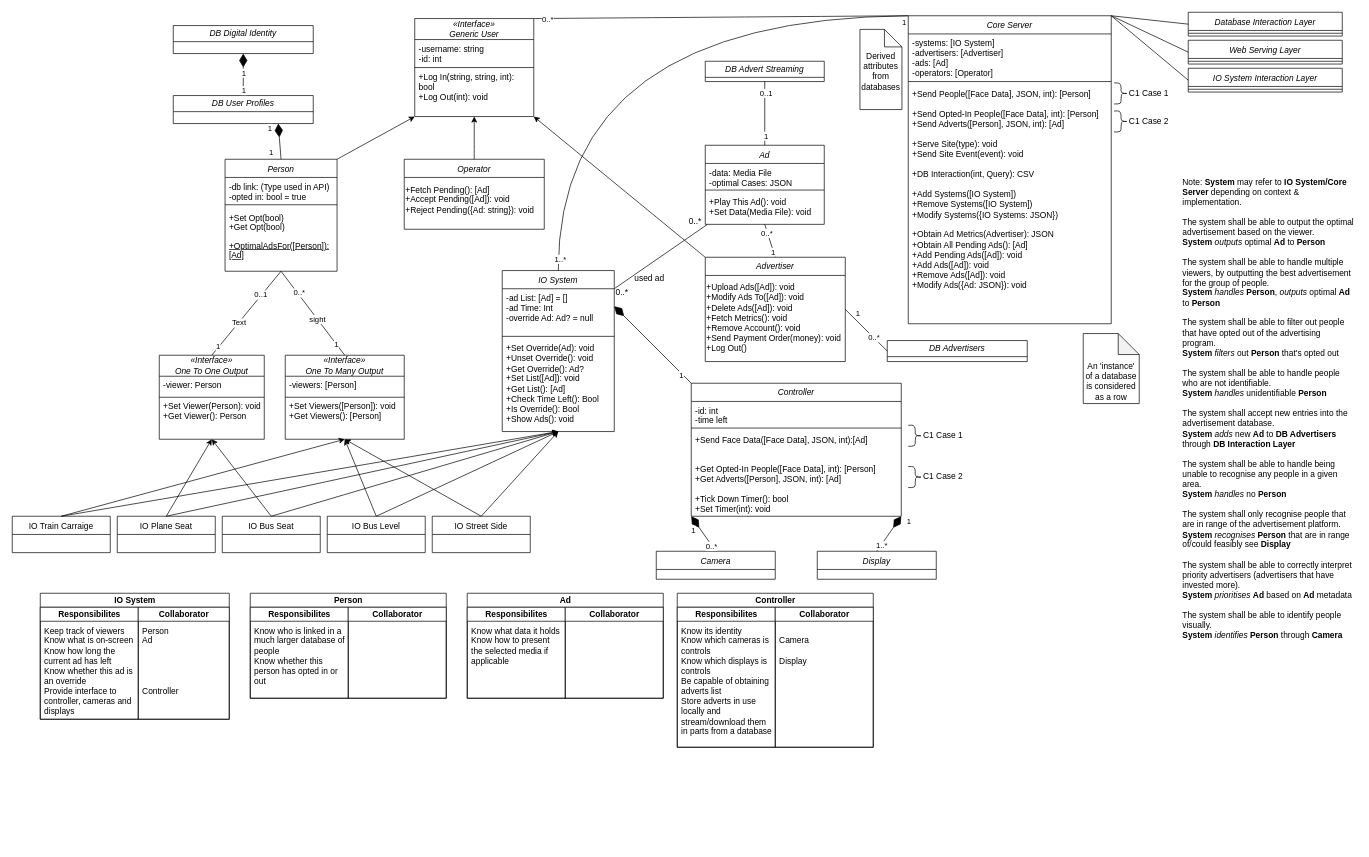
pseud0n/sepp-diagrams keeps this draw.io diagram as page "Page-1" (1 of 2) of class-diagram.drawio. Above is the earlier version. Source tidied: cells renumbered, new cells numbered last; positions are measured from the earlier drawing's top-left corner, leaving out a move shared by most shapes. Both pictures are drawn from the tidied source at 70%, with x=0, y=0 at pixel (12, 12).
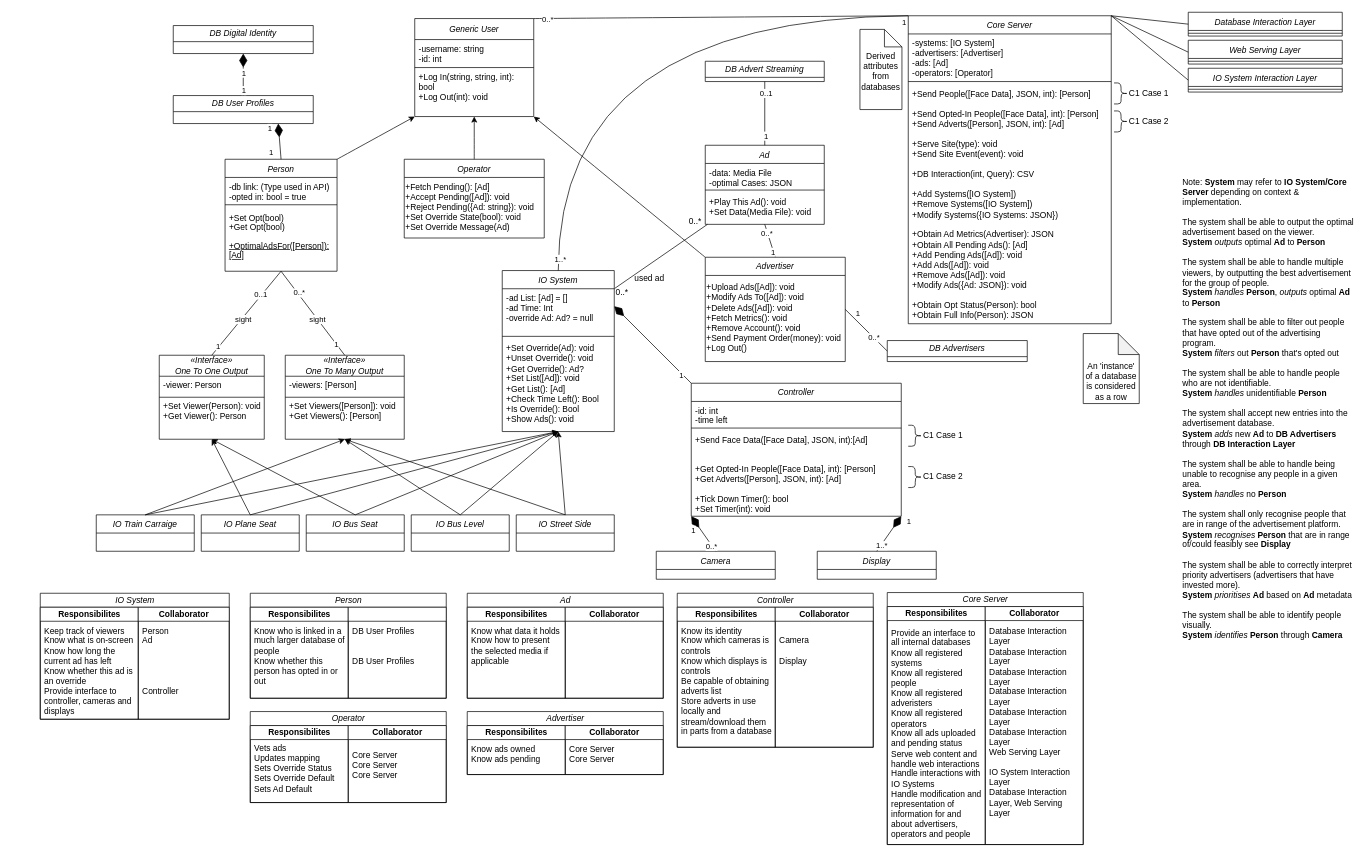
After the change.

The change refers to these unchanged cells:
```xml
<mxCell id="14" value="Person" style="swimlane;fontStyle=2;align=center;verticalAlign=top;horizontal=1;startSize=26;rounded=0;shadow=0;strokeWidth=1;" parent="1" vertex="1">
  <mxGeometry x="304" y="210" width="160" height="160" as="geometry" />
</mxCell>
<mxCell id="28" value="«Interface»&lt;br&gt;&lt;div&gt;One To One Output&lt;br&gt;&lt;/div&gt;" style="swimlane;fontStyle=2;horizontal=1;startSize=30;whiteSpace=wrap;html=1;" parent="1" vertex="1">
  <mxGeometry x="210" y="490" width="150" height="120" as="geometry" />
</mxCell>
<mxCell id="108" value="Core Server" style="swimlane;fontStyle=2;align=center;verticalAlign=top;horizontal=1;startSize=26;rounded=0;shadow=0;strokeWidth=1;" parent="1" vertex="1">
  <mxGeometry x="1280" y="5" width="290" height="440" as="geometry" />
</mxCell>
```

Diff of the diagram source:
```diff
@@
-    <mxCell id="19" value="Person" style="swimlane;startSize=20;html=1;" parent="1" vertex="1">
+    <mxCell id="19" value="Person" style="swimlane;startSize=20;html=1;fontStyle=2;" parent="1" vertex="1">
       <mxGeometry x="340" y="830" width="280" height="150" as="geometry" />
     </mxCell>
@@
-    <mxCell id="22" value="Collaborator" style="swimlane;startSize=20;html=1;swimlaneLine=1;gradientColor=none;fillColor=default;" parent="19" vertex="1">
+    <mxCell id="22" style="swimlane;startSize=20;html=1;swimlaneLine=1;gradientColor=none;fillColor=default;" parent="19" vertex="1">
       <mxGeometry x="140" y="20" width="140" height="130" as="geometry" />
     </mxCell>
+    <mxCell id="145" value="DB User Profiles&lt;br&gt;&lt;br&gt;&lt;br&gt;DB User Profiles" style="text;html=1;strokeColor=none;fillColor=none;align=left;verticalAlign=top;whiteSpace=wrap;rounded=0;spacingLeft=4;spacingRight=4;" parent="22" vertex="1">
+      <mxGeometry y="20" width="140" height="110" as="geometry" />
+    </mxCell>
-    <mxCell id="23" value="IO System" style="swimlane;startSize=20;html=1;" parent="1" vertex="1">
+    <mxCell id="23" value="IO System" style="swimlane;startSize=20;html=1;fontStyle=2;" parent="1" vertex="1">
       <mxGeometry x="40" y="830" width="270" height="180" as="geometry" />
     </mxCell>
@@
-    <mxCell id="36" value="IO Train Carraige" style="swimlane;fontStyle=0;horizontal=1;startSize=26;fillColor=none;" parent="1" vertex="1">
-      <mxGeometry y="720" width="140" height="52" as="geometry" />
+    <mxCell id="36" value="IO Train Carraige" style="swimlane;fontStyle=2;horizontal=1;startSize=26;fillColor=none;" parent="1" vertex="1">
+      <mxGeometry x="120" y="718" width="140" height="52" as="geometry" />
     </mxCell>
-    <mxCell id="37" value="IO Plane Seat" style="swimlane;fontStyle=0;horizontal=1;startSize=26;fillColor=none;" parent="1" vertex="1">
-      <mxGeometry x="150" y="720" width="140" height="52" as="geometry" />
+    <mxCell id="37" value="IO Plane Seat" style="swimlane;fontStyle=2;horizontal=1;startSize=26;fillColor=none;" parent="1" vertex="1">
+      <mxGeometry x="270" y="718" width="140" height="52" as="geometry" />
     </mxCell>
-    <mxCell id="38" value="IO Bus Seat" style="swimlane;fontStyle=0;horizontal=1;startSize=26;fillColor=none;" parent="1" vertex="1">
-      <mxGeometry x="300" y="720" width="140" height="52" as="geometry" />
+    <mxCell id="38" value="IO Bus Seat" style="swimlane;fontStyle=2;horizontal=1;startSize=26;fillColor=none;" parent="1" vertex="1">
+      <mxGeometry x="420" y="718" width="140" height="52" as="geometry" />
     </mxCell>
-    <mxCell id="39" value="IO Bus Level" style="swimlane;fontStyle=0;horizontal=1;startSize=26;fillColor=none;" parent="1" vertex="1">
-      <mxGeometry x="450" y="720" width="140" height="52" as="geometry" />
+    <mxCell id="39" value="IO Bus Level" style="swimlane;fontStyle=2;horizontal=1;startSize=26;fillColor=none;" parent="1" vertex="1">
+      <mxGeometry x="570" y="718" width="140" height="52" as="geometry" />
     </mxCell>
-    <mxCell id="40" value="IO Street Side" style="swimlane;fontStyle=0;horizontal=1;startSize=26;fillColor=none;" parent="1" vertex="1">
-      <mxGeometry x="600" y="720" width="140" height="52" as="geometry" />
+    <mxCell id="40" value="IO Street Side" style="swimlane;fontStyle=2;horizontal=1;startSize=26;fillColor=none;" parent="1" vertex="1">
+      <mxGeometry x="720" y="718" width="140" height="52" as="geometry" />
     </mxCell>
@@
-    <mxCell id="55" style="endArrow=none;html=1;rounded=0;exitX=0.5;exitY=0;exitDx=0;exitDy=0;entryX=0.5;entryY=1;entryDx=0;entryDy=0;" parent="1" edge="1" source="28" target="14">
-      <mxGeometry relative="1" as="geometry" />
+    <mxCell id="55" value="sight" style="endArrow=none;html=1;rounded=0;exitX=0.5;exitY=0;exitDx=0;exitDy=0;entryX=0.5;entryY=1;entryDx=0;entryDy=0;" parent="1" edge="1" source="28" target="14">
+      <mxGeometry x="-0.13" y="-2" relative="1" as="geometry" />
     </mxCell>
@@
-    <mxCell id="58" value="Text" style="edgeLabel;html=1;align=center;verticalAlign=middle;" parent="55" vertex="1">
-      <mxGeometry x="-0.23" relative="1" as="geometry" />
-    </mxCell>
@@
-    <mxCell id="77" style="group;" parent="1" vertex="1">
+    <mxCell id="77" style="group;fontStyle=0;" parent="1" vertex="1">
       <mxGeometry x="650" y="830" width="280" height="150" as="geometry" />
     </mxCell>
-    <mxCell id="78" value="Ad" style="swimlane;startSize=20;html=1;" parent="77" vertex="1">
+    <mxCell id="78" value="&lt;span&gt;Ad&lt;/span&gt;" style="swimlane;startSize=20;html=1;fontStyle=2;" parent="77" vertex="1">
       <mxGeometry width="280" height="150" as="geometry" />
     </mxCell>
@@
-    <mxCell id="82" style="group;" parent="1" vertex="1">
+    <mxCell id="82" style="group;fontStyle=2;" parent="1" vertex="1">
       <mxGeometry x="950" y="830" width="280" height="220" as="geometry" />
     </mxCell>
-    <mxCell id="83" value="Controller" style="swimlane;startSize=20;html=1;" parent="82" vertex="1">
+    <mxCell id="83" value="Controller" style="swimlane;startSize=20;html=1;fontStyle=2;" parent="82" vertex="1">
       <mxGeometry width="280" height="220" as="geometry" />
     </mxCell>
@@
-    <mxCell id="111" value="+Send People([Face Data], JSON, int): [Person]&lt;br&gt;&lt;br&gt;&lt;span style=&quot;&quot;&gt;+Send Opted-In People([Face Data], int): [Person]&lt;/span&gt;&lt;br style=&quot;padding: 0px; margin: 0px;&quot;&gt;&lt;span style=&quot;&quot;&gt;+Send Adverts([Person], JSON, int): [Ad]&lt;br&gt;&lt;br&gt;&lt;/span&gt;+Serve Site(type): void&lt;br&gt;&lt;span style=&quot;&quot;&gt;+Send Site Event(event): void&lt;br&gt;&lt;br&gt;+DB Interaction(int, Query): CSV&lt;br&gt;&lt;br&gt;+Add Systems([IO System])&lt;br&gt;+Remove Systems([IO System])&lt;br&gt;+Modify Systems({IO Systems: JSON})&lt;br&gt;&lt;br&gt;+Obtain Ad Metrics(Advertiser): JSON&lt;br&gt;+Obtain All Pending Ads(): [Ad]&lt;br&gt;+Add Pending Ads([Ad]): void&lt;br&gt;+Add Ads([Ad]): void&lt;br&gt;+Remove Ads([Ad]): void&lt;br&gt;+Modify Ads({Ad: JSON}): void&lt;br&gt;&lt;/span&gt;" style="text;html=1;strokeColor=none;fillColor=none;align=left;verticalAlign=top;whiteSpace=wrap;rounded=0;spacingLeft=4;spacingRight=4;" parent="108" vertex="1">
+    <mxCell id="111" value="+Send People([Face Data], JSON, int): [Person]&lt;br&gt;&lt;br&gt;&lt;span style=&quot;&quot;&gt;+Send Opted-In People([Face Data], int): [Person]&lt;/span&gt;&lt;br style=&quot;padding: 0px; margin: 0px;&quot;&gt;&lt;span style=&quot;&quot;&gt;+Send Adverts([Person], JSON, int): [Ad]&lt;br&gt;&lt;br&gt;&lt;/span&gt;+Serve Site(type): void&lt;br&gt;&lt;span style=&quot;&quot;&gt;+Send Site Event(event): void&lt;br&gt;&lt;br&gt;+DB Interaction(int, Query): CSV&lt;br&gt;&lt;br&gt;+Add Systems([IO System])&lt;br&gt;+Remove Systems([IO System])&lt;br&gt;+Modify Systems({IO Systems: JSON})&lt;br&gt;&lt;br&gt;+Obtain Ad Metrics(Advertiser): JSON&lt;br&gt;+Obtain All Pending Ads(): [Ad]&lt;br&gt;+Add Pending Ads([Ad]): void&lt;br&gt;+Add Ads([Ad]): void&lt;br&gt;+Remove Ads([Ad]): void&lt;br&gt;+Modify Ads({Ad: JSON}): void&lt;br&gt;&lt;br&gt;+Obtain Opt Status(Person): bool&lt;br&gt;+Obtain Full Info(Person): JSON&lt;br&gt;&lt;/span&gt;" style="text;html=1;strokeColor=none;fillColor=none;align=left;verticalAlign=top;whiteSpace=wrap;rounded=0;spacingLeft=4;spacingRight=4;" parent="108" vertex="1">
       <mxGeometry y="98" width="290" height="342" as="geometry" />
     </mxCell>
@@
     <mxCell id="132" style="group;" parent="1" vertex="1">
-      <mxGeometry x="560" y="210" width="200" height="100" as="geometry" />
+      <mxGeometry x="560" y="210" width="200" height="119" as="geometry" />
     </mxCell>
     <mxCell id="133" value="Operator" style="swimlane;fontStyle=2;align=center;verticalAlign=top;horizontal=1;startSize=26;rounded=0;shadow=0;strokeWidth=1;" parent="132" vertex="1">
-      <mxGeometry width="200" height="100" as="geometry" />
+      <mxGeometry width="200" height="112.5" as="geometry" />
     </mxCell>
-    <mxCell id="134" value="+Fetch Pending(): [Ad]&lt;br&gt;+Accept Pending([Ad]): void&lt;br&gt;+Reject Pending({Ad: string}): void" style="text;html=1;strokeColor=none;fillColor=none;align=left;verticalAlign=top;whiteSpace=wrap;rounded=0;" parent="132" vertex="1">
-      <mxGeometry y="30" width="200" height="70" as="geometry" />
+    <mxCell id="134" value="+Fetch Pending(): [Ad]&lt;br&gt;+Accept Pending([Ad]): void&lt;br&gt;+Reject Pending({Ad: string}): void&lt;br&gt;+Set Override State(bool): void&lt;br&gt;+Set Override Message(Ad)" style="text;html=1;strokeColor=none;fillColor=none;align=left;verticalAlign=top;whiteSpace=wrap;rounded=0;" parent="133" vertex="1">
+      <mxGeometry y="26" width="200" height="86.5" as="geometry" />
     </mxCell>
-    <mxCell id="135" value="«Interface»&lt;br&gt;&lt;div&gt;Generic User&lt;/div&gt;" style="swimlane;fontStyle=2;horizontal=1;startSize=30;whiteSpace=wrap;html=1;" parent="1" vertex="1">
+    <mxCell id="135" value="&lt;span style=&quot;background-color: initial;&quot;&gt;Generic User&lt;/span&gt;" style="swimlane;fontStyle=2;horizontal=1;startSize=30;whiteSpace=wrap;html=1;" parent="1" vertex="1">
       <mxGeometry x="575" y="9" width="170" height="140" as="geometry" />
     </mxCell>
@@
+    <mxCell id="146" style="group;fontStyle=0;" parent="1" vertex="1">
+      <mxGeometry x="650" y="999" width="280" height="90" as="geometry" />
+    </mxCell>
+    <mxCell id="147" value="&lt;span&gt;Advertiser&lt;/span&gt;" style="swimlane;startSize=20;html=1;fontStyle=2;" parent="146" vertex="1">
+      <mxGeometry width="280" height="90" as="geometry" />
+    </mxCell>
+    <mxCell id="148" value="Responsibilites" style="swimlane;startSize=20;html=1;" parent="147" vertex="1">
+      <mxGeometry y="20" width="140" height="70" as="geometry" />
+    </mxCell>
+    <mxCell id="149" value="Collaborator" style="swimlane;startSize=20;html=1;swimlaneLine=1;gradientColor=none;fillColor=default;" parent="147" vertex="1">
+      <mxGeometry x="140" y="20" width="140" height="70" as="geometry" />
+    </mxCell>
+    <mxCell id="150" value="Core Server&lt;br&gt;Core Server" style="text;html=1;strokeColor=none;fillColor=none;align=left;verticalAlign=top;whiteSpace=wrap;rounded=0;spacingLeft=4;spacingRight=4;" parent="149" vertex="1">
+      <mxGeometry y="20" width="140" height="50" as="geometry" />
+    </mxCell>
+    <mxCell id="151" value="&lt;div&gt;Know ads owned&lt;/div&gt;&lt;div&gt;Know ads pending&lt;/div&gt;&lt;div&gt;&lt;br&gt;&lt;/div&gt;" style="text;html=1;strokeColor=none;fillColor=none;align=left;verticalAlign=top;whiteSpace=wrap;rounded=0;spacingLeft=4;spacingRight=4;" parent="146" vertex="1">
+      <mxGeometry y="40" width="140" height="50" as="geometry" />
+    </mxCell>
+    <mxCell id="152" style="group;fontStyle=0;" parent="1" vertex="1">
+      <mxGeometry x="340" y="999" width="280" height="130" as="geometry" />
+    </mxCell>
+    <mxCell id="153" value="&lt;span&gt;Operator&lt;/span&gt;" style="swimlane;startSize=20;html=1;fontStyle=2;" parent="152" vertex="1">
+      <mxGeometry width="280" height="130" as="geometry" />
+    </mxCell>
+    <mxCell id="154" value="Responsibilites" style="swimlane;startSize=20;html=1;" parent="153" vertex="1">
+      <mxGeometry y="20" width="140" height="110" as="geometry" />
+    </mxCell>
+    <mxCell id="155" value="Vets ads&lt;br&gt;Updates mapping&lt;br&gt;Sets Override Status&lt;br&gt;Sets Override Default&lt;br&gt;Sets Ad Default" style="text;html=1;strokeColor=none;fillColor=none;align=left;verticalAlign=top;whiteSpace=wrap;rounded=0;spacingLeft=4;spacingRight=4;" parent="154" vertex="1">
+      <mxGeometry y="18.9" width="140" height="72.2" as="geometry" />
+    </mxCell>
+    <mxCell id="156" value="Collaborator" style="swimlane;startSize=20;html=1;swimlaneLine=1;gradientColor=none;fillColor=default;" parent="153" vertex="1">
+      <mxGeometry x="140" y="20" width="140" height="110" as="geometry" />
+    </mxCell>
+    <mxCell id="157" value="Core Server&lt;br&gt;Core Server&lt;br&gt;Core Server" style="text;html=1;strokeColor=none;fillColor=none;align=left;verticalAlign=top;whiteSpace=wrap;rounded=0;spacingLeft=4;spacingRight=4;" parent="156" vertex="1">
+      <mxGeometry y="28.9" width="140" height="72.2" as="geometry" />
+    </mxCell>
+    <mxCell id="158" style="group;fontStyle=2;" parent="1" vertex="1">
+      <mxGeometry x="1250" y="829" width="280" height="360" as="geometry" />
+    </mxCell>
+    <mxCell id="159" value="Core Server" style="swimlane;startSize=20;html=1;fontStyle=2;" parent="158" vertex="1">
+      <mxGeometry width="280" height="360" as="geometry" />
+    </mxCell>
+    <mxCell id="160" value="Responsibilites" style="swimlane;startSize=20;html=1;" parent="159" vertex="1">
+      <mxGeometry y="20" width="140" height="340" as="geometry" />
+    </mxCell>
+    <mxCell id="161" value="Collaborator" style="swimlane;startSize=20;html=1;swimlaneLine=1;gradientColor=none;fillColor=default;" parent="159" vertex="1">
+      <mxGeometry x="140" y="20" width="140" height="340" as="geometry" />
+    </mxCell>
+    <mxCell id="162" value="Database Interaction Layer&lt;br&gt;Database Interaction Layer&lt;br&gt;Database Interaction Layer&lt;br&gt;Database Interaction Layer&lt;br&gt;Database Interaction Layer&lt;br&gt;Database Interaction Layer&lt;br&gt;Web Serving Layer&lt;br&gt;&lt;br&gt;IO System Interaction Layer&lt;br&gt;Database Interaction Layer, Web Serving Layer" style="text;html=1;strokeColor=none;fillColor=none;align=left;verticalAlign=top;whiteSpace=wrap;rounded=0;spacingLeft=4;spacingRight=4;" parent="161" vertex="1">
+      <mxGeometry y="22.1" width="140" height="317.9" as="geometry" />
+    </mxCell>
+    <mxCell id="163" value="Provide an interface to all internal databases&lt;br&gt;Know all registered systems&lt;br&gt;Know all registered people&lt;br&gt;Know all registered adveristers&lt;br&gt;Know all registered operators&lt;br&gt;Know all ads uploaded and pending status&lt;br&gt;Serve web content and handle web interactions&lt;br&gt;Handle interactions with IO Systems&lt;br&gt;Handle modification and representation of information for and about advertisers, operators and people" style="text;html=1;strokeColor=none;fillColor=none;align=left;verticalAlign=top;whiteSpace=wrap;rounded=0;spacingLeft=4;spacingRight=4;" parent="158" vertex="1">
+      <mxGeometry y="44.3" width="140" height="315.7" as="geometry" />
+    </mxCell>
```
